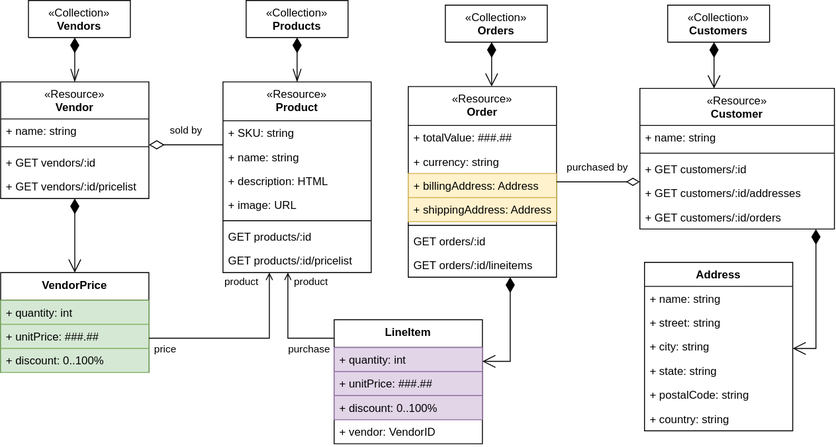
The draw.io diagram Untitled Diagram.drawio.svg in kubiak-calpoly/csc307-team-project, before a commit. Source tidied: cells renumbered, new cells last; positions are measured from the earlier drawing's top-left corner, leaving out a move shared by most shapes.
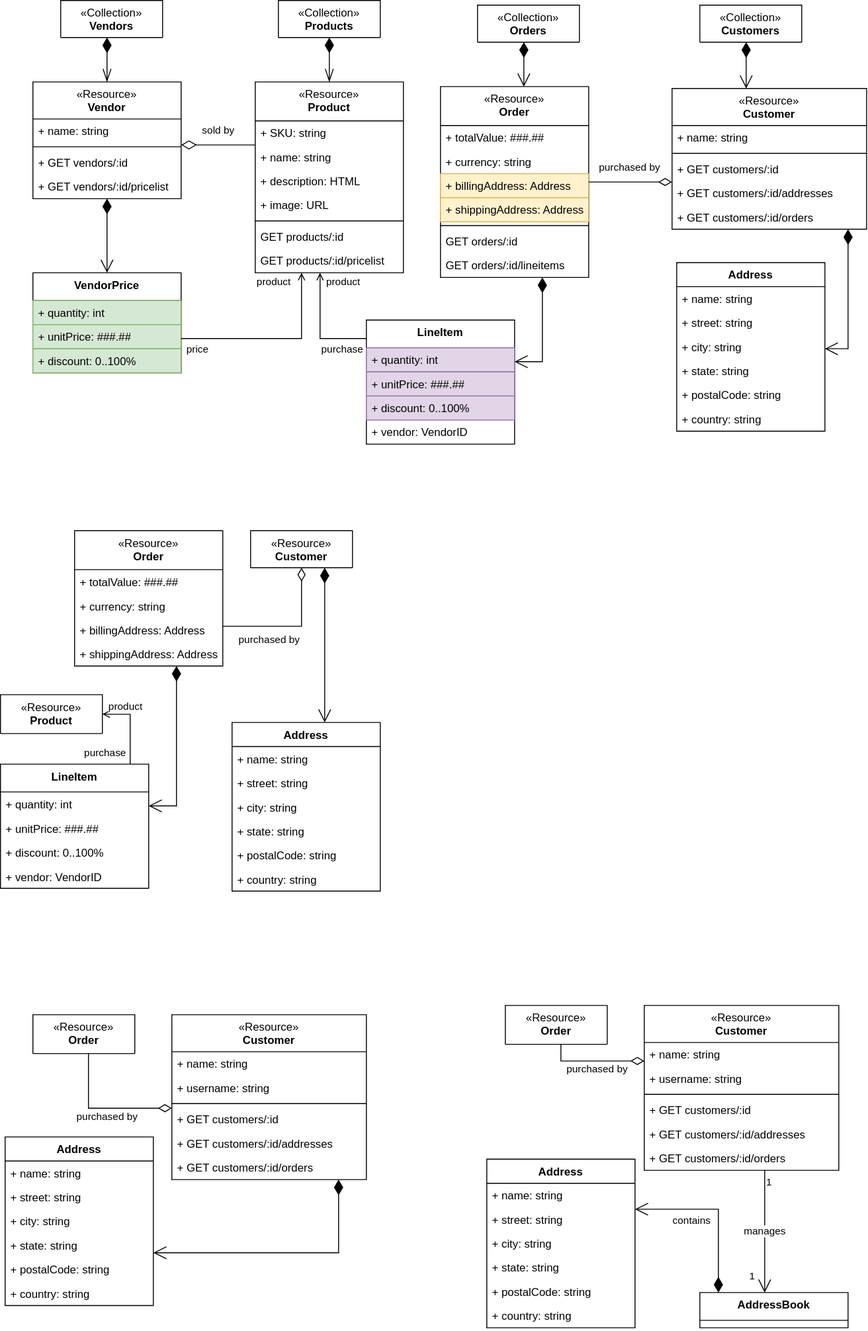
Later version of the same file.

Change to the diagram source:
```diff
@@ -244,5 +244,245 @@
         </Array>
       </mxGeometry>
     </mxCell>
+    <mxCell id="64" value="&lt;span style=&quot;font-weight: normal;&quot;&gt;«Resource»&lt;br style=&quot;border-color: var(--border-color);&quot;&gt;&lt;/span&gt;Order" style="swimlane;fontStyle=1;align=center;verticalAlign=top;horizontal=1;startSize=42;whiteSpace=wrap;html=1;" parent="1" vertex="1">
+      <mxGeometry x="45" y="572.5" width="160" height="146" as="geometry" />
+    </mxCell>
+    <mxCell id="65" value="+ totalValue: ###.##" style="text;strokeColor=none;fillColor=none;align=left;verticalAlign=top;spacingLeft=4;spacingRight=4;overflow=hidden;whiteSpace=wrap;html=1;" parent="64" vertex="1">
+      <mxGeometry y="42" width="160" height="26" as="geometry" />
+    </mxCell>
+    <mxCell id="66" value="+ currency: string" style="text;strokeColor=none;fillColor=none;align=left;verticalAlign=top;spacingLeft=4;spacingRight=4;overflow=hidden;whiteSpace=wrap;html=1;" parent="64" vertex="1">
+      <mxGeometry y="68" width="160" height="26" as="geometry" />
+    </mxCell>
+    <mxCell id="67" value="+ billingAddress: Address" style="text;align=left;verticalAlign=top;spacingLeft=4;spacingRight=4;overflow=hidden;whiteSpace=wrap;html=1;" parent="64" vertex="1">
+      <mxGeometry y="94" width="160" height="26" as="geometry" />
+    </mxCell>
+    <mxCell id="68" value="+ shippingAddress: Address" style="text;align=left;verticalAlign=top;spacingLeft=4;spacingRight=4;overflow=hidden;whiteSpace=wrap;html=1;" parent="64" vertex="1">
+      <mxGeometry y="120" width="160" height="26" as="geometry" />
+    </mxCell>
+    <mxCell id="69" value="&lt;span style=&quot;font-weight: normal;&quot;&gt;«Resource»&lt;br style=&quot;border-color: var(--border-color);&quot;&gt;&lt;/span&gt;Customer" style="swimlane;fontStyle=1;align=center;verticalAlign=top;horizontal=1;startSize=40;whiteSpace=wrap;html=1;" parent="1" vertex="1" collapsed="1">
+      <mxGeometry x="235" y="572.5" width="110" height="40" as="geometry" />
+    </mxCell>
+    <mxCell id="70" value="purchased by" style="endArrow=diamondThin;html=1;endSize=12;startArrow=none;startSize=14;startFill=0;edgeStyle=orthogonalEdgeStyle;rounded=0;endFill=0;" parent="1" edge="1" source="64" target="69">
+      <mxGeometry x="-0.32" y="-14" relative="1" as="geometry">
+        <Array as="points">
+          <mxPoint x="255" y="675.5" />
+          <mxPoint x="255" y="675.5" />
+        </Array>
+      </mxGeometry>
+    </mxCell>
+    <mxCell id="71" value="LineItem" style="swimlane;fontStyle=1;align=center;verticalAlign=top;horizontal=1;startSize=30;whiteSpace=wrap;html=1;" parent="1" vertex="1">
+      <mxGeometry x="-35" y="824.5" width="160" height="134" as="geometry" />
+    </mxCell>
+    <mxCell id="72" value="+ quantity: int" style="text;align=left;verticalAlign=top;spacingLeft=4;spacingRight=4;overflow=hidden;whiteSpace=wrap;html=1;" parent="71" vertex="1">
+      <mxGeometry y="30" width="160" height="26" as="geometry" />
+    </mxCell>
+    <mxCell id="73" value="+ unitPrice: ###.##" style="text;align=left;verticalAlign=top;spacingLeft=4;spacingRight=4;overflow=hidden;whiteSpace=wrap;html=1;" parent="71" vertex="1">
+      <mxGeometry y="56" width="160" height="26" as="geometry" />
+    </mxCell>
+    <mxCell id="74" value="+ discount: 0..100%" style="text;align=left;verticalAlign=top;spacingLeft=4;spacingRight=4;overflow=hidden;whiteSpace=wrap;html=1;" parent="71" vertex="1">
+      <mxGeometry y="82" width="160" height="26" as="geometry" />
+    </mxCell>
+    <mxCell id="75" value="+ vendor: VendorID" style="text;strokeColor=none;fillColor=none;align=left;verticalAlign=top;spacingLeft=4;spacingRight=4;overflow=hidden;whiteSpace=wrap;html=1;" parent="71" vertex="1">
+      <mxGeometry y="108" width="160" height="26" as="geometry" />
+    </mxCell>
+    <mxCell id="76" style="endArrow=open;html=1;endSize=12;startArrow=diamondThin;startSize=14;startFill=1;edgeStyle=orthogonalEdgeStyle;rounded=0;endFill=0;" parent="1" edge="1" source="64" target="71">
+      <mxGeometry x="0.3" y="24" relative="1" as="geometry">
+        <Array as="points">
+          <mxPoint x="155" y="869.5" />
+        </Array>
+        <mxPoint x="-4" y="-13" as="offset" />
+      </mxGeometry>
+    </mxCell>
+    <mxCell id="77" value="Address" style="swimlane;fontStyle=1;align=center;verticalAlign=top;horizontal=1;startSize=26;whiteSpace=wrap;html=1;" parent="1" vertex="1">
+      <mxGeometry x="215" y="779.5" width="160" height="182" as="geometry" />
+    </mxCell>
+    <mxCell id="78" value="+ name: string" style="text;strokeColor=none;fillColor=none;align=left;verticalAlign=top;spacingLeft=4;spacingRight=4;overflow=hidden;whiteSpace=wrap;html=1;" parent="77" vertex="1">
+      <mxGeometry y="26" width="160" height="26" as="geometry" />
+    </mxCell>
+    <mxCell id="79" value="+ street: string" style="text;strokeColor=none;fillColor=none;align=left;verticalAlign=top;spacingLeft=4;spacingRight=4;overflow=hidden;whiteSpace=wrap;html=1;" parent="77" vertex="1">
+      <mxGeometry y="52" width="160" height="26" as="geometry" />
+    </mxCell>
+    <mxCell id="80" value="+ city: string" style="text;strokeColor=none;fillColor=none;align=left;verticalAlign=top;spacingLeft=4;spacingRight=4;overflow=hidden;whiteSpace=wrap;html=1;" parent="77" vertex="1">
+      <mxGeometry y="78" width="160" height="26" as="geometry" />
+    </mxCell>
+    <mxCell id="81" value="+ state: string" style="text;strokeColor=none;fillColor=none;align=left;verticalAlign=top;spacingLeft=4;spacingRight=4;overflow=hidden;whiteSpace=wrap;html=1;" parent="77" vertex="1">
+      <mxGeometry y="104" width="160" height="26" as="geometry" />
+    </mxCell>
+    <mxCell id="82" value="+ postalCode: string" style="text;strokeColor=none;fillColor=none;align=left;verticalAlign=top;spacingLeft=4;spacingRight=4;overflow=hidden;whiteSpace=wrap;html=1;" parent="77" vertex="1">
+      <mxGeometry y="130" width="160" height="26" as="geometry" />
+    </mxCell>
+    <mxCell id="83" value="+ country: string" style="text;strokeColor=none;fillColor=none;align=left;verticalAlign=top;spacingLeft=4;spacingRight=4;overflow=hidden;whiteSpace=wrap;html=1;" parent="77" vertex="1">
+      <mxGeometry y="156" width="160" height="26" as="geometry" />
+    </mxCell>
+    <mxCell id="84" value="&lt;span style=&quot;font-weight: normal;&quot;&gt;«Resource»&lt;br style=&quot;border-color: var(--border-color);&quot;&gt;&lt;/span&gt;Product" style="swimlane;fontStyle=1;align=center;verticalAlign=top;horizontal=1;startSize=42;whiteSpace=wrap;html=1;" parent="1" vertex="1" collapsed="1">
+      <mxGeometry x="-35" y="749.5" width="110" height="42" as="geometry" />
+    </mxCell>
+    <mxCell id="85" style="endArrow=none;html=1;edgeStyle=orthogonalEdgeStyle;rounded=0;startArrow=open;startFill=0;" parent="1" edge="1" source="84" target="71">
+      <mxGeometry relative="1" as="geometry">
+        <Array as="points">
+          <mxPoint x="105" y="770.5" />
+        </Array>
+      </mxGeometry>
+    </mxCell>
+    <mxCell id="86" value="product" style="edgeLabel;html=1;align=left;verticalAlign=bottom;" parent="85" vertex="1">
+      <mxGeometry x="-1" relative="1" as="geometry">
+        <mxPoint x="5" y="-1" as="offset" />
+      </mxGeometry>
+    </mxCell>
+    <mxCell id="87" value="purchase" style="edgeLabel;html=1;align=right;verticalAlign=bottom;" parent="85" vertex="1">
+      <mxGeometry x="1" relative="1" as="geometry">
+        <mxPoint x="-4" y="-5" as="offset" />
+      </mxGeometry>
+    </mxCell>
+    <mxCell id="88" style="endArrow=open;html=1;endSize=12;startArrow=diamondThin;startSize=14;startFill=1;edgeStyle=orthogonalEdgeStyle;rounded=0;" parent="1" edge="1" source="69" target="77">
+      <mxGeometry relative="1" as="geometry">
+        <Array as="points">
+          <mxPoint x="315" y="669.5" />
+          <mxPoint x="315" y="669.5" />
+        </Array>
+      </mxGeometry>
+    </mxCell>
+    <mxCell id="89" value="&lt;span style=&quot;font-weight: normal;&quot;&gt;«Resource»&lt;br style=&quot;border-color: var(--border-color);&quot;&gt;&lt;/span&gt;Order" style="swimlane;fontStyle=1;align=center;verticalAlign=top;horizontal=1;startSize=42;whiteSpace=wrap;html=1;" parent="1" vertex="1" collapsed="1">
+      <mxGeometry y="1095" width="110" height="42" as="geometry" />
+    </mxCell>
+    <mxCell id="90" value="&lt;span style=&quot;font-weight: normal;&quot;&gt;«Resource»&lt;br style=&quot;border-color: var(--border-color);&quot;&gt;&lt;/span&gt;Customer" style="swimlane;fontStyle=1;align=center;verticalAlign=top;horizontal=1;startSize=40;whiteSpace=wrap;html=1;" parent="1" vertex="1">
+      <mxGeometry x="150" y="1095" width="210" height="178" as="geometry" />
+    </mxCell>
+    <mxCell id="91" value="+ name: string" style="text;strokeColor=none;fillColor=none;align=left;verticalAlign=top;spacingLeft=4;spacingRight=4;overflow=hidden;whiteSpace=wrap;html=1;" parent="90" vertex="1">
+      <mxGeometry y="40" width="210" height="26" as="geometry" />
+    </mxCell>
+    <mxCell id="92" value="+ username: string" style="text;strokeColor=none;fillColor=none;align=left;verticalAlign=top;spacingLeft=4;spacingRight=4;overflow=hidden;whiteSpace=wrap;html=1;" parent="90" vertex="1">
+      <mxGeometry y="66" width="210" height="26" as="geometry" />
+    </mxCell>
+    <mxCell id="93" style="line;strokeWidth=1;fillColor=none;align=left;verticalAlign=middle;spacingTop=-1;spacingLeft=3;spacingRight=3;labelPosition=right;strokeColor=inherit;" parent="90" vertex="1">
+      <mxGeometry y="92" width="210" height="8" as="geometry" />
+    </mxCell>
+    <mxCell id="94" value="+ GET customers/:id" style="text;strokeColor=none;fillColor=none;align=left;verticalAlign=top;spacingLeft=4;spacingRight=4;overflow=hidden;whiteSpace=wrap;html=1;" parent="90" vertex="1">
+      <mxGeometry y="100" width="210" height="26" as="geometry" />
+    </mxCell>
+    <mxCell id="95" value="+ GET customers/:id/addresses" style="text;strokeColor=none;fillColor=none;align=left;verticalAlign=top;spacingLeft=4;spacingRight=4;overflow=hidden;whiteSpace=wrap;html=1;" parent="90" vertex="1">
+      <mxGeometry y="126" width="210" height="26" as="geometry" />
+    </mxCell>
+    <mxCell id="96" value="+ GET customers/:id/orders" style="text;strokeColor=none;fillColor=none;align=left;verticalAlign=top;spacingLeft=4;spacingRight=4;overflow=hidden;whiteSpace=wrap;html=1;" parent="90" vertex="1">
+      <mxGeometry y="152" width="210" height="26" as="geometry" />
+    </mxCell>
+    <mxCell id="97" value="purchased by" style="endArrow=diamondThin;html=1;endSize=12;startArrow=none;startSize=14;startFill=0;edgeStyle=orthogonalEdgeStyle;rounded=0;endFill=0;" parent="1" edge="1" source="89" target="90">
+      <mxGeometry x="0.06" y="-9" relative="1" as="geometry">
+        <Array as="points">
+          <mxPoint x="60" y="1196" />
+        </Array>
+      </mxGeometry>
+    </mxCell>
+    <mxCell id="98" value="Address" style="swimlane;fontStyle=1;align=center;verticalAlign=top;horizontal=1;startSize=26;whiteSpace=wrap;html=1;" parent="1" vertex="1">
+      <mxGeometry x="-30" y="1227" width="160" height="182" as="geometry" />
+    </mxCell>
+    <mxCell id="99" value="+ name: string" style="text;strokeColor=none;fillColor=none;align=left;verticalAlign=top;spacingLeft=4;spacingRight=4;overflow=hidden;whiteSpace=wrap;html=1;" parent="98" vertex="1">
+      <mxGeometry y="26" width="160" height="26" as="geometry" />
+    </mxCell>
+    <mxCell id="100" value="+ street: string" style="text;strokeColor=none;fillColor=none;align=left;verticalAlign=top;spacingLeft=4;spacingRight=4;overflow=hidden;whiteSpace=wrap;html=1;" parent="98" vertex="1">
+      <mxGeometry y="52" width="160" height="26" as="geometry" />
+    </mxCell>
+    <mxCell id="101" value="+ city: string" style="text;strokeColor=none;fillColor=none;align=left;verticalAlign=top;spacingLeft=4;spacingRight=4;overflow=hidden;whiteSpace=wrap;html=1;" parent="98" vertex="1">
+      <mxGeometry y="78" width="160" height="26" as="geometry" />
+    </mxCell>
+    <mxCell id="102" value="+ state: string" style="text;strokeColor=none;fillColor=none;align=left;verticalAlign=top;spacingLeft=4;spacingRight=4;overflow=hidden;whiteSpace=wrap;html=1;" parent="98" vertex="1">
+      <mxGeometry y="104" width="160" height="26" as="geometry" />
+    </mxCell>
+    <mxCell id="103" value="+ postalCode: string" style="text;strokeColor=none;fillColor=none;align=left;verticalAlign=top;spacingLeft=4;spacingRight=4;overflow=hidden;whiteSpace=wrap;html=1;" parent="98" vertex="1">
+      <mxGeometry y="130" width="160" height="26" as="geometry" />
+    </mxCell>
+    <mxCell id="104" value="+ country: string" style="text;strokeColor=none;fillColor=none;align=left;verticalAlign=top;spacingLeft=4;spacingRight=4;overflow=hidden;whiteSpace=wrap;html=1;" parent="98" vertex="1">
+      <mxGeometry y="156" width="160" height="26" as="geometry" />
+    </mxCell>
+    <mxCell id="105" style="endArrow=open;html=1;endSize=12;startArrow=diamondThin;startSize=14;startFill=1;edgeStyle=orthogonalEdgeStyle;rounded=0;" parent="1" edge="1" source="90" target="98">
+      <mxGeometry relative="1" as="geometry">
+        <Array as="points">
+          <mxPoint x="330" y="1352" />
+        </Array>
+      </mxGeometry>
+    </mxCell>
+    <mxCell id="106" value="&lt;span style=&quot;font-weight: normal;&quot;&gt;«Resource»&lt;br style=&quot;border-color: var(--border-color);&quot;&gt;&lt;/span&gt;Order" style="swimlane;fontStyle=1;align=center;verticalAlign=top;horizontal=1;startSize=42;whiteSpace=wrap;html=1;" parent="1" vertex="1" collapsed="1">
+      <mxGeometry x="510" y="1085" width="110" height="42" as="geometry" />
+    </mxCell>
+    <mxCell id="107" value="&lt;span style=&quot;font-weight: normal;&quot;&gt;«Resource»&lt;br style=&quot;border-color: var(--border-color);&quot;&gt;&lt;/span&gt;Customer" style="swimlane;fontStyle=1;align=center;verticalAlign=top;horizontal=1;startSize=40;whiteSpace=wrap;html=1;" parent="1" vertex="1">
+      <mxGeometry x="660" y="1085" width="210" height="178" as="geometry" />
+    </mxCell>
+    <mxCell id="108" value="+ name: string" style="text;strokeColor=none;fillColor=none;align=left;verticalAlign=top;spacingLeft=4;spacingRight=4;overflow=hidden;whiteSpace=wrap;html=1;" parent="107" vertex="1">
+      <mxGeometry y="40" width="210" height="26" as="geometry" />
+    </mxCell>
+    <mxCell id="109" value="+ username: string" style="text;strokeColor=none;fillColor=none;align=left;verticalAlign=top;spacingLeft=4;spacingRight=4;overflow=hidden;whiteSpace=wrap;html=1;" parent="107" vertex="1">
+      <mxGeometry y="66" width="210" height="26" as="geometry" />
+    </mxCell>
+    <mxCell id="110" style="line;strokeWidth=1;fillColor=none;align=left;verticalAlign=middle;spacingTop=-1;spacingLeft=3;spacingRight=3;labelPosition=right;strokeColor=inherit;" parent="107" vertex="1">
+      <mxGeometry y="92" width="210" height="8" as="geometry" />
+    </mxCell>
+    <mxCell id="111" value="+ GET customers/:id" style="text;strokeColor=none;fillColor=none;align=left;verticalAlign=top;spacingLeft=4;spacingRight=4;overflow=hidden;whiteSpace=wrap;html=1;" parent="107" vertex="1">
+      <mxGeometry y="100" width="210" height="26" as="geometry" />
+    </mxCell>
+    <mxCell id="112" value="+ GET customers/:id/addresses" style="text;strokeColor=none;fillColor=none;align=left;verticalAlign=top;spacingLeft=4;spacingRight=4;overflow=hidden;whiteSpace=wrap;html=1;" parent="107" vertex="1">
+      <mxGeometry y="126" width="210" height="26" as="geometry" />
+    </mxCell>
+    <mxCell id="113" value="+ GET customers/:id/orders" style="text;strokeColor=none;fillColor=none;align=left;verticalAlign=top;spacingLeft=4;spacingRight=4;overflow=hidden;whiteSpace=wrap;html=1;" parent="107" vertex="1">
+      <mxGeometry y="152" width="210" height="26" as="geometry" />
+    </mxCell>
+    <mxCell id="114" value="purchased by" style="endArrow=diamondThin;html=1;endSize=12;startArrow=none;startSize=14;startFill=0;edgeStyle=orthogonalEdgeStyle;rounded=0;endFill=0;" parent="1" edge="1" source="106" target="107">
+      <mxGeometry x="0.06" y="-9" relative="1" as="geometry">
+        <Array as="points">
+          <mxPoint x="570" y="1145" />
+        </Array>
+      </mxGeometry>
+    </mxCell>
+    <mxCell id="115" value="Address" style="swimlane;fontStyle=1;align=center;verticalAlign=top;horizontal=1;startSize=26;whiteSpace=wrap;html=1;" parent="1" vertex="1">
+      <mxGeometry x="490" y="1251" width="160" height="182" as="geometry" />
+    </mxCell>
+    <mxCell id="116" value="+ name: string" style="text;strokeColor=none;fillColor=none;align=left;verticalAlign=top;spacingLeft=4;spacingRight=4;overflow=hidden;whiteSpace=wrap;html=1;" parent="115" vertex="1">
+      <mxGeometry y="26" width="160" height="26" as="geometry" />
+    </mxCell>
+    <mxCell id="117" value="+ street: string" style="text;strokeColor=none;fillColor=none;align=left;verticalAlign=top;spacingLeft=4;spacingRight=4;overflow=hidden;whiteSpace=wrap;html=1;" parent="115" vertex="1">
+      <mxGeometry y="52" width="160" height="26" as="geometry" />
+    </mxCell>
+    <mxCell id="118" value="+ city: string" style="text;strokeColor=none;fillColor=none;align=left;verticalAlign=top;spacingLeft=4;spacingRight=4;overflow=hidden;whiteSpace=wrap;html=1;" parent="115" vertex="1">
+      <mxGeometry y="78" width="160" height="26" as="geometry" />
+    </mxCell>
+    <mxCell id="119" value="+ state: string" style="text;strokeColor=none;fillColor=none;align=left;verticalAlign=top;spacingLeft=4;spacingRight=4;overflow=hidden;whiteSpace=wrap;html=1;" parent="115" vertex="1">
+      <mxGeometry y="104" width="160" height="26" as="geometry" />
+    </mxCell>
+    <mxCell id="120" value="+ postalCode: string" style="text;strokeColor=none;fillColor=none;align=left;verticalAlign=top;spacingLeft=4;spacingRight=4;overflow=hidden;whiteSpace=wrap;html=1;" parent="115" vertex="1">
+      <mxGeometry y="130" width="160" height="26" as="geometry" />
+    </mxCell>
+    <mxCell id="121" value="+ country: string" style="text;strokeColor=none;fillColor=none;align=left;verticalAlign=top;spacingLeft=4;spacingRight=4;overflow=hidden;whiteSpace=wrap;html=1;" parent="115" vertex="1">
+      <mxGeometry y="156" width="160" height="26" as="geometry" />
+    </mxCell>
+    <mxCell id="122" value="AddressBook" style="swimlane;fontStyle=1;align=center;verticalAlign=top;horizontal=1;startSize=30;whiteSpace=wrap;html=1;" parent="1" vertex="1">
+      <mxGeometry x="720" y="1395" width="160" height="38" as="geometry" />
+    </mxCell>
+    <mxCell id="123" style="endArrow=open;html=1;endSize=12;startArrow=diamondThin;startSize=14;startFill=1;edgeStyle=orthogonalEdgeStyle;rounded=0;" parent="1" edge="1" source="122" target="115">
+      <mxGeometry relative="1" as="geometry">
+        <Array as="points">
+          <mxPoint x="740" y="1305" />
+        </Array>
+      </mxGeometry>
+    </mxCell>
+    <mxCell id="124" value="contains" style="edgeLabel;html=1;align=center;verticalAlign=middle;" parent="123" vertex="1">
+      <mxGeometry x="0.14" y="-2" relative="1" as="geometry">
+        <mxPoint x="-17" y="13" as="offset" />
+      </mxGeometry>
+    </mxCell>
+    <mxCell id="125" value="manages" style="endArrow=open;html=1;endSize=12;startArrow=none;startSize=14;startFill=0;edgeStyle=orthogonalEdgeStyle;rounded=0;" parent="1" edge="1" source="107" target="122">
+      <mxGeometry relative="1" as="geometry">
+        <Array as="points">
+          <mxPoint x="790" y="1285" />
+          <mxPoint x="790" y="1285" />
+        </Array>
+      </mxGeometry>
+    </mxCell>
+    <mxCell id="126" value="1" style="edgeLabel;html=1;align=left;verticalAlign=top;" parent="125" vertex="1">
+      <mxGeometry x="-1" relative="1" as="geometry" />
+    </mxCell>
+    <mxCell id="127" value="1" style="edgeLabel;html=1;align=right;verticalAlign=top;" parent="125" vertex="1">
+      <mxGeometry x="1" relative="1" as="geometry">
+        <mxPoint x="-10" y="-30" as="offset" />
+      </mxGeometry>
+    </mxCell>
   </root>
 </mxGraphModel>
```
